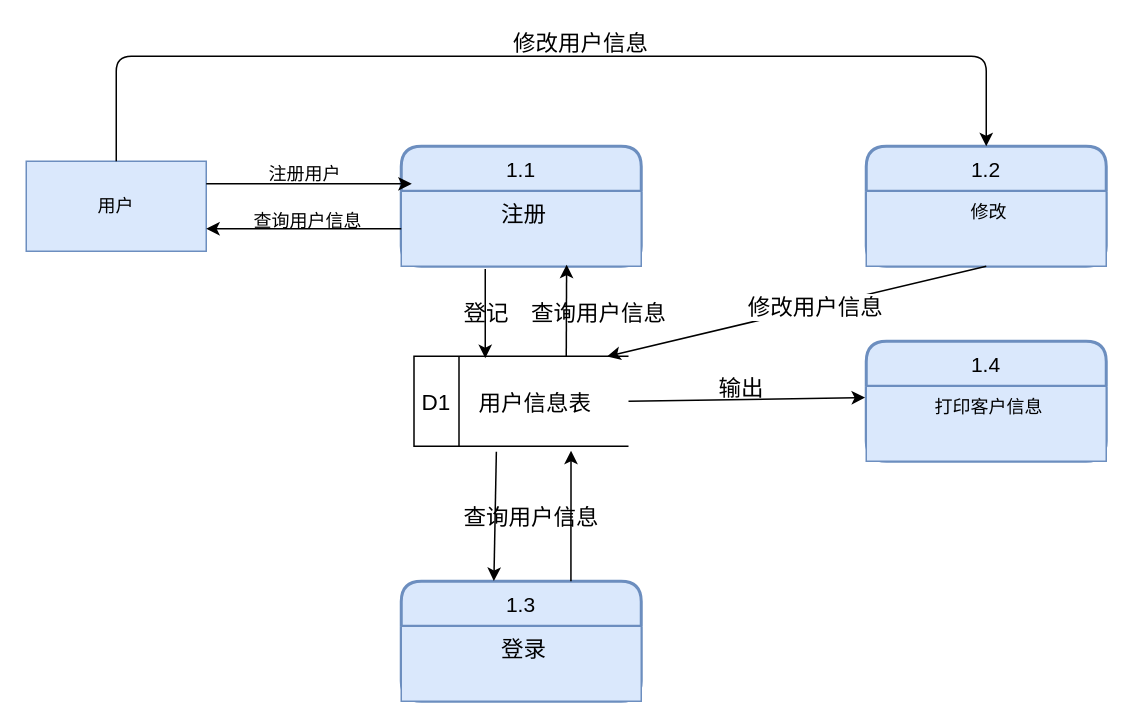
This is 用户管理二层数据流图.drawio from fancy5858/hello-world, a draw.io file, before an edit. Source tidied: cells renumbered, new cells numbered last; positions are measured from the earlier drawing's top-left corner, leaving out a move shared by most shapes. Both pictures are drawn from the tidied source at 150%, with x=0, y=0 at pixel (26, 26).
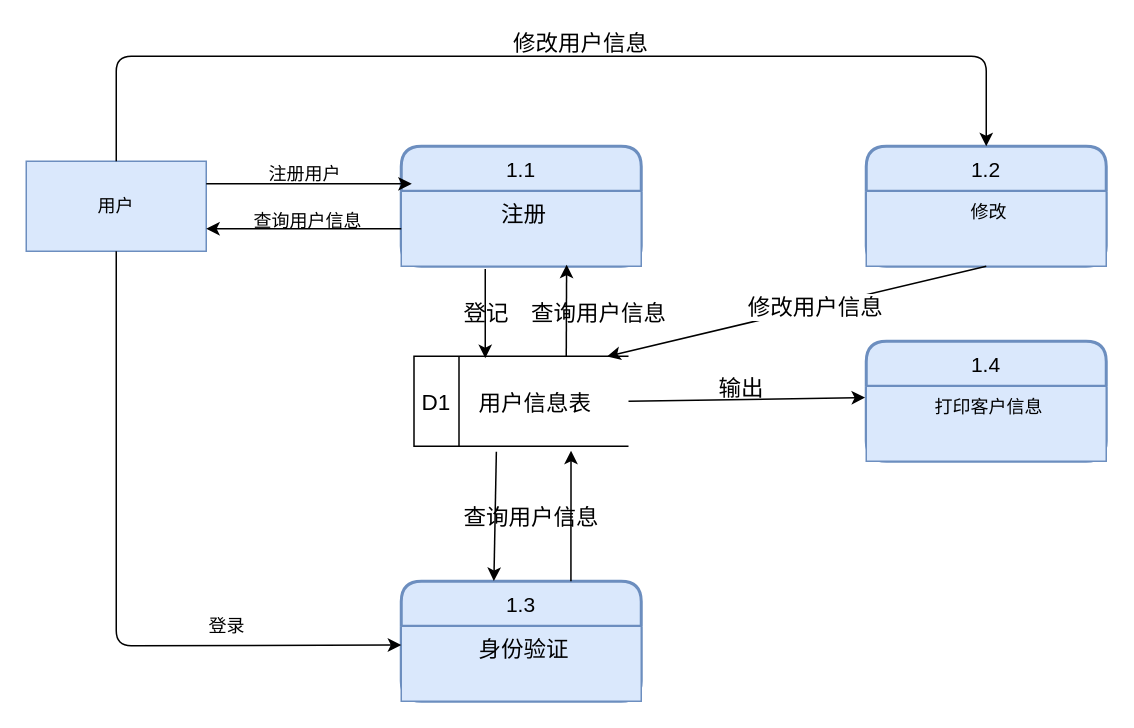
After the change.

Commit message:
Update 用户管理二层数据流图.drawio

Unchanged cells that the change refers to:
```xml
<mxCell id="2" value="用户" style="rounded=0;whiteSpace=wrap;html=1;fillColor=#dae8fc;strokeColor=#6c8ebf;" parent="1" vertex="1">
  <mxGeometry y="90" width="120" height="60" as="geometry" />
</mxCell>
<mxCell id="15" value="1.3" style="swimlane;horizontal=1;startSize=30;fillColor=#dae8fc;rounded=1;fontSize=14;fontStyle=0;strokeWidth=2;shadow=0;dashed=0;align=center;strokeColor=#6c8ebf;" parent="1" vertex="1">
  <mxGeometry x="250" y="370" width="160" height="80" as="geometry" />
</mxCell>
```

What changed in the source:
```diff
@@
-    <mxCell id="16" value="登录" style="align=center;strokeColor=#6c8ebf;fillColor=#dae8fc;spacingLeft=4;fontSize=15;verticalAlign=top;" parent="15" vertex="1">
+    <mxCell id="16" value="身份验证" style="align=center;strokeColor=#6c8ebf;fillColor=#dae8fc;spacingLeft=4;fontSize=15;verticalAlign=top;" parent="15" vertex="1">
       <mxGeometry y="30" width="160" height="50" as="geometry" />
     </mxCell>
@@
+    <mxCell id="30" style="endArrow=classic;html=1;exitX=0.5;exitY=1;exitDx=0;exitDy=0;entryX=0;entryY=0.25;entryDx=0;entryDy=0;" parent="1" edge="1" source="2" target="16">
+      <mxGeometry relative="1" as="geometry">
+        <Array as="points">
+          <mxPoint x="60" y="413" />
+        </Array>
+      </mxGeometry>
+    </mxCell>
+    <mxCell id="31" value="登录" style="text;html=1;align=left;verticalAlign=top;spacingTop=-4;" parent="1" vertex="1">
+      <mxGeometry x="120" y="390" width="40" height="20" as="geometry" />
+    </mxCell>
```
